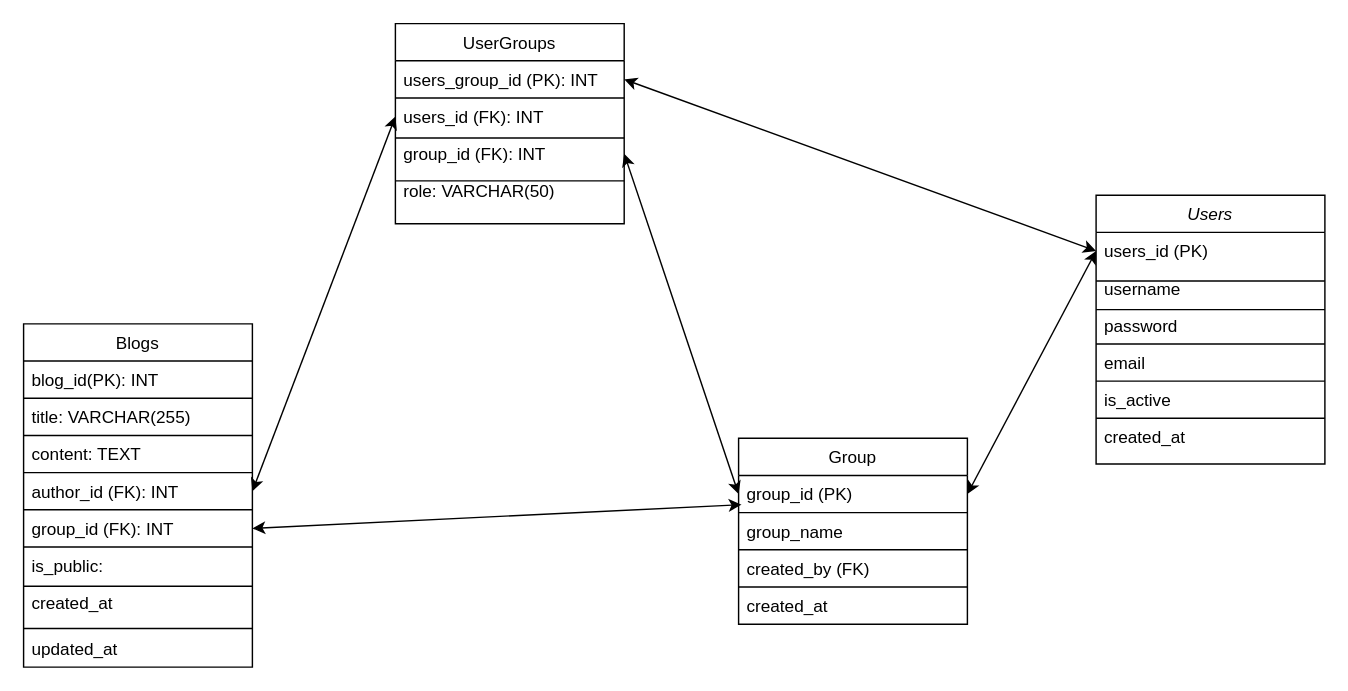
The draw.io diagram Biểuđồ.drawio in PhuongDaiThang/groupManagement, before the edit. Source tidied: cells renumbered, new cells numbered last; positions are measured from the earlier drawing's top-left corner, leaving out a move shared by most shapes. Both pictures are drawn from the tidied source at 143%, with x=0, y=0 at pixel (23, 23).
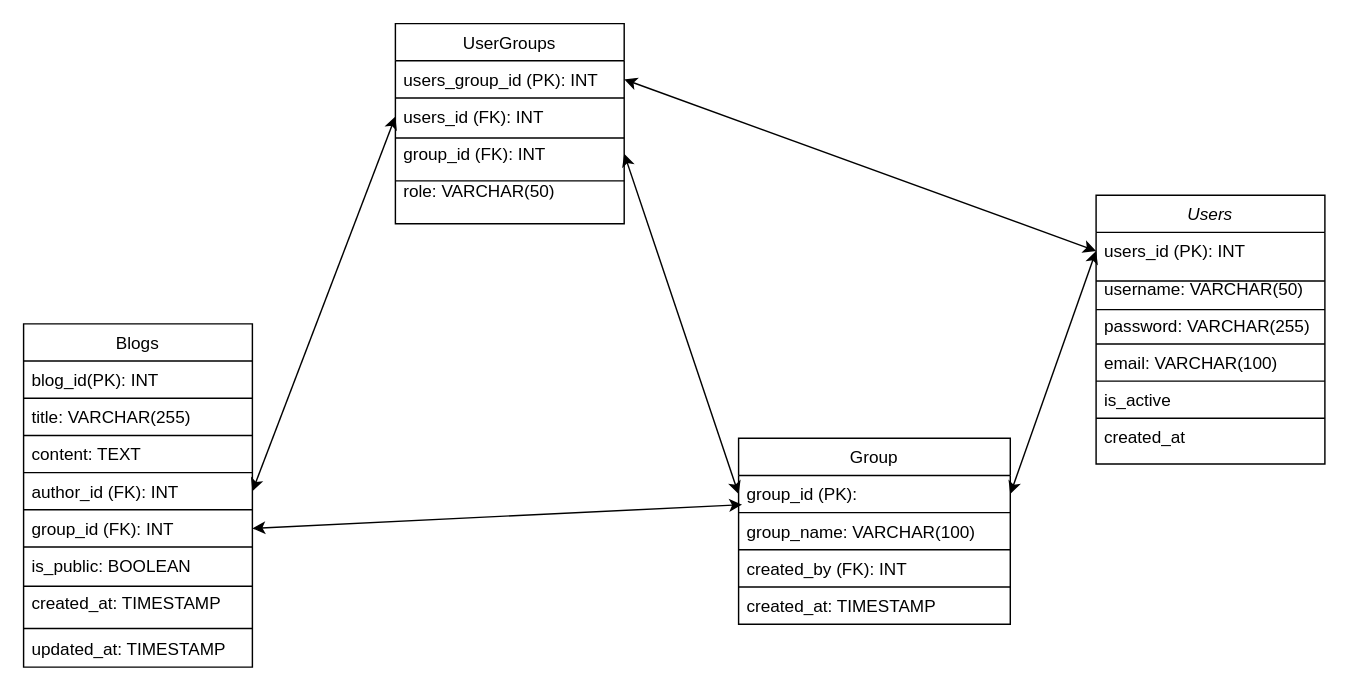
Above is the later version.

Commit message:
Cập nhật Biểuđồ.drawio

Unchanged cells that the change refers to:
```xml
<mxCell id="2" value="Users" style="swimlane;fontStyle=2;align=center;verticalAlign=top;horizontal=1;startSize=26;rounded=0;shadow=0;strokeWidth=1;" parent="1" vertex="1">
  <mxGeometry x="750" y="120" width="160" height="188" as="geometry" />
</mxCell>
<mxCell id="22" value="Blogs" style="swimlane;fontStyle=0;align=center;verticalAlign=top;horizontal=1;startSize=26;rounded=0;shadow=0;strokeWidth=1;" parent="1" vertex="1">
  <mxGeometry y="210" width="160" height="240" as="geometry" />
</mxCell>
```

The edit, as a diff of the source:
```diff
@@
-    <mxCell id="3" value="users_id (PK)" style="text;align=left;verticalAlign=top;spacingLeft=4;spacingRight=4;overflow=hidden;points=[[0,0.5],[1,0.5]];portConstraint=eastwest;" parent="2" vertex="1">
+    <mxCell id="3" value="users_id (PK): INT" style="text;align=left;verticalAlign=top;spacingLeft=4;spacingRight=4;overflow=hidden;points=[[0,0.5],[1,0.5]];portConstraint=eastwest;" parent="2" vertex="1">
       <mxGeometry y="26" width="160" height="26" as="geometry" />
     </mxCell>
@@
+    <mxCell id="6" style="endArrow=none;html=1;rounded=0;" parent="2" edge="1">
+      <mxGeometry relative="1" as="geometry">
+        <mxPoint y="80" as="sourcePoint" />
+        <mxPoint x="160" y="80" as="targetPoint" />
+      </mxGeometry>
+    </mxCell>
-    <mxCell id="5" value="username" style="text;align=left;verticalAlign=top;spacingLeft=4;spacingRight=4;overflow=hidden;rounded=0;shadow=0;html=0;" parent="2" vertex="1">
+    <mxCell id="5" value="username: VARCHAR(50)" style="text;align=left;verticalAlign=top;spacingLeft=4;spacingRight=4;overflow=hidden;rounded=0;shadow=0;html=0;" parent="2" vertex="1">
       <mxGeometry y="52" width="160" height="26" as="geometry" />
     </mxCell>
-    <mxCell id="6" style="endArrow=none;html=1;rounded=0;" parent="2" edge="1">
-      <mxGeometry relative="1" as="geometry">
-        <mxPoint y="80" as="sourcePoint" />
-        <mxPoint x="160" y="80" as="targetPoint" />
-      </mxGeometry>
-    </mxCell>
-    <mxCell id="7" value="password" style="text;align=left;verticalAlign=top;spacingLeft=4;spacingRight=4;overflow=hidden;rounded=0;shadow=0;html=0;" parent="2" vertex="1">
+    <mxCell id="7" value="password: VARCHAR(255)" style="text;align=left;verticalAlign=top;spacingLeft=4;spacingRight=4;overflow=hidden;rounded=0;shadow=0;html=0;" parent="2" vertex="1">
       <mxGeometry y="78" width="160" height="26" as="geometry" />
     </mxCell>
@@
-    <mxCell id="9" value="email" style="text;align=left;verticalAlign=top;spacingLeft=4;spacingRight=4;overflow=hidden;rounded=0;shadow=0;html=0;" parent="2" vertex="1">
+    <mxCell id="9" value="email: VARCHAR(100)" style="text;align=left;verticalAlign=top;spacingLeft=4;spacingRight=4;overflow=hidden;rounded=0;shadow=0;html=0;" parent="2" vertex="1">
       <mxGeometry y="104" width="160" height="26" as="geometry" />
     </mxCell>
@@
-    <mxCell id="33" value="is_public: " style="text;align=left;verticalAlign=top;spacingLeft=4;spacingRight=4;overflow=hidden;" parent="22" vertex="1">
+    <mxCell id="33" value="is_public: BOOLEAN" style="text;align=left;verticalAlign=top;spacingLeft=4;spacingRight=4;overflow=hidden;" parent="22" vertex="1">
       <mxGeometry y="156" width="160" height="26" as="geometry" />
     </mxCell>
@@
-    <mxCell id="35" value="created_at" style="text;align=left;verticalAlign=top;spacingLeft=4;spacingRight=4;overflow=hidden;" parent="22" vertex="1">
+    <mxCell id="35" value="created_at: TIMESTAMP" style="text;align=left;verticalAlign=top;spacingLeft=4;spacingRight=4;overflow=hidden;" parent="22" vertex="1">
       <mxGeometry y="182" width="160" height="32" as="geometry" />
     </mxCell>
@@
-    <mxCell id="37" value="updated_at" style="text;align=left;verticalAlign=top;spacingLeft=4;spacingRight=4;overflow=hidden;" parent="22" vertex="1">
+    <mxCell id="37" value="updated_at: TIMESTAMP" style="text;align=left;verticalAlign=top;spacingLeft=4;spacingRight=4;overflow=hidden;" parent="22" vertex="1">
       <mxGeometry y="214" width="160" height="26" as="geometry" />
     </mxCell>
     <mxCell id="38" value="Group" style="swimlane;fontStyle=0;align=center;verticalAlign=top;horizontal=1;startSize=26;rounded=0;shadow=0;strokeWidth=1;" parent="1" vertex="1">
-      <mxGeometry x="500" y="290" width="160" height="130" as="geometry" />
+      <mxGeometry x="500" y="290" width="190" height="130" as="geometry" />
     </mxCell>
-    <mxCell id="39" value="group_id (PK)" style="text;align=left;verticalAlign=top;spacingLeft=4;spacingRight=4;overflow=hidden;points=[[0,0.5],[1,0.5]];portConstraint=eastwest;" parent="38" vertex="1">
-      <mxGeometry y="26" width="160" height="26" as="geometry" />
+    <mxCell id="39" value="group_id (PK): " style="text;align=left;verticalAlign=top;spacingLeft=4;spacingRight=4;overflow=hidden;points=[[0,0.5],[1,0.5]];portConstraint=eastwest;" parent="38" vertex="1">
+      <mxGeometry y="26" width="190" height="26" as="geometry" />
     </mxCell>
-    <mxCell id="40" style="endArrow=none;html=1;rounded=0;" parent="38" edge="1">
-      <mxGeometry relative="1" as="geometry">
-        <mxPoint y="52" as="sourcePoint" />
-        <mxPoint x="160" y="52" as="targetPoint" />
-      </mxGeometry>
-    </mxCell>
+    <mxCell id="44" style="endArrow=none;html=1;rounded=0;" parent="38" edge="1">
+      <mxGeometry relative="1" as="geometry">
+        <mxPoint y="52" as="sourcePoint" />
+        <mxPoint x="190" y="52" as="targetPoint" />
+      </mxGeometry>
+    </mxCell>
-    <mxCell id="41" value="group_name" style="text;align=left;verticalAlign=top;spacingLeft=4;spacingRight=4;overflow=hidden;rounded=0;shadow=0;html=0;" parent="38" vertex="1">
-      <mxGeometry y="52" width="160" height="26" as="geometry" />
+    <mxCell id="41" value="group_name: VARCHAR(100)" style="text;align=left;verticalAlign=top;spacingLeft=4;spacingRight=4;overflow=hidden;rounded=0;shadow=0;html=0;" parent="38" vertex="1">
+      <mxGeometry y="52" width="190" height="26" as="geometry" />
     </mxCell>
-    <mxCell id="42" style="endArrow=none;html=1;rounded=0;" parent="38" edge="1">
-      <mxGeometry relative="1" as="geometry">
-        <mxPoint y="78" as="sourcePoint" />
-        <mxPoint x="160" y="78" as="targetPoint" />
-      </mxGeometry>
-    </mxCell>
+    <mxCell id="51" style="endArrow=none;html=1;rounded=0;" parent="38" edge="1">
+      <mxGeometry relative="1" as="geometry">
+        <mxPoint y="78" as="sourcePoint" />
+        <mxPoint x="190" y="78" as="targetPoint" />
+      </mxGeometry>
+    </mxCell>
-    <mxCell id="43" value="created_by (FK)" style="text;align=left;verticalAlign=top;spacingLeft=4;spacingRight=4;overflow=hidden;rounded=0;shadow=0;html=0;" parent="38" vertex="1">
-      <mxGeometry y="78" width="160" height="26" as="geometry" />
+    <mxCell id="43" value="created_by (FK): INT" style="text;align=left;verticalAlign=top;spacingLeft=4;spacingRight=4;overflow=hidden;rounded=0;shadow=0;html=0;" parent="38" vertex="1">
+      <mxGeometry y="78" width="190" height="26" as="geometry" />
     </mxCell>
-    <mxCell id="44" style="endArrow=none;html=1;rounded=0;" parent="38" edge="1">
-      <mxGeometry relative="1" as="geometry">
-        <mxPoint y="104" as="sourcePoint" />
-        <mxPoint x="160" y="104" as="targetPoint" />
-      </mxGeometry>
-    </mxCell>
+    <mxCell id="52" style="endArrow=none;html=1;rounded=0;" parent="38" edge="1">
+      <mxGeometry relative="1" as="geometry">
+        <mxPoint y="104" as="sourcePoint" />
+        <mxPoint x="190" y="104" as="targetPoint" />
+      </mxGeometry>
+    </mxCell>
-    <mxCell id="45" value="created_at" style="text;align=left;verticalAlign=top;spacingLeft=4;spacingRight=4;overflow=hidden;rounded=0;shadow=0;html=0;" parent="38" vertex="1">
-      <mxGeometry y="104" width="160" height="26" as="geometry" />
+    <mxCell id="45" value="created_at: TIMESTAMP" style="text;align=left;verticalAlign=top;spacingLeft=4;spacingRight=4;overflow=hidden;rounded=0;shadow=0;html=0;" parent="38" vertex="1">
+      <mxGeometry y="104" width="190" height="26" as="geometry" />
     </mxCell>
```
